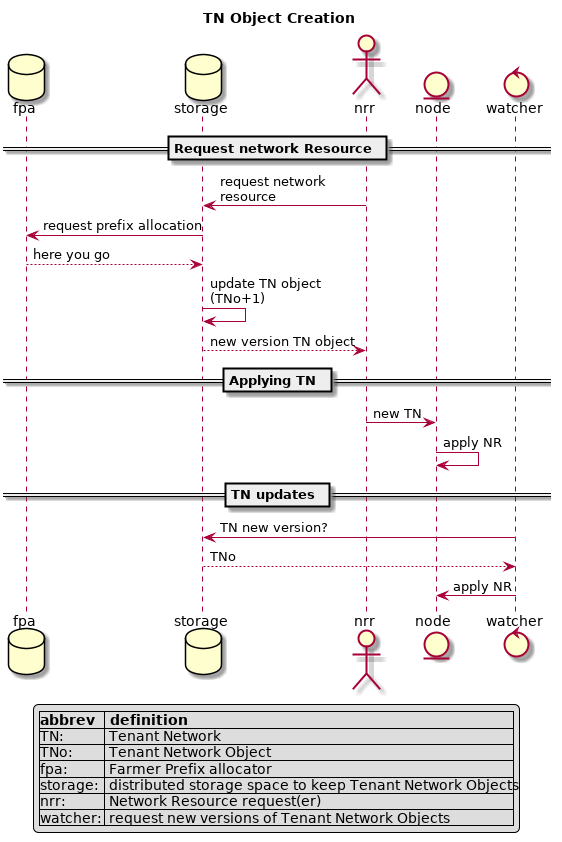
This is specs/network/TN_Obj_creation_update.png from threefoldtech/zos, a PlantUML export, as it was before one commit. The source it was exported from:
```plantuml
@startuml
title TN Object Creation
database fpa
database storage
actor nrr
entity node
control watcher

== Request network Resource ==
nrr -> storage : request network\nresource
storage -> fpa : request prefix allocation
fpa --> storage : here you go
storage->storage :update TN object\n(TNo+1)
storage --> nrr : new version TN object
== Applying TN ==
nrr -> node : new TN
node <- node : apply NR
== TN updates ==
watcher -> storage : TN new version?
watcher <-- storage : TNo
watcher -> node : apply NR


legend
|=abbrev  | definition   |
|TN:      | Tenant Network|
|TNo:     | Tenant Network Object |
|fpa:     | Farmer Prefix allocator|
|storage: | distributed storage space to keep Tenant Network Objects|
|nrr:     | Network Resource request(er)|
|watcher: | request new versions of Tenant Network Objects|
endlegend
@enduml
```
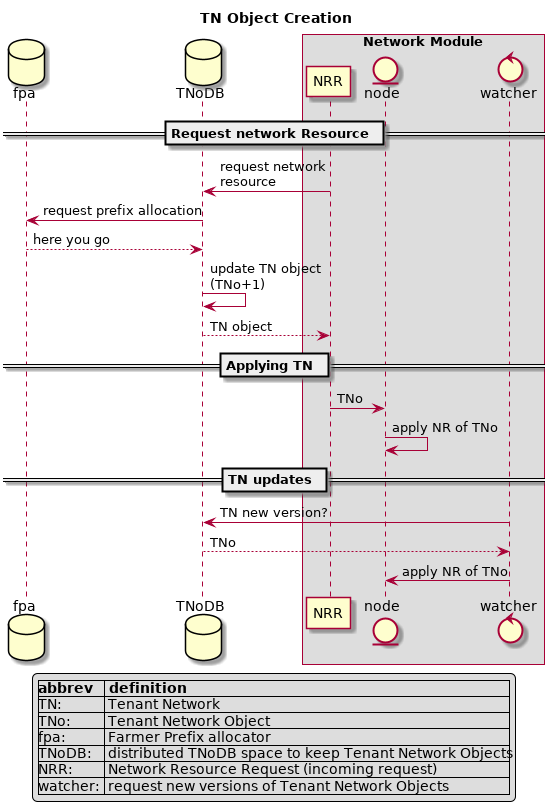
Above is the later version.

Commit message:
rename storage -> TNoDB NRR still needs naming love

Change to the diagram source:
```diff
@@ -1,24 +1,26 @@
 @startuml
 title TN Object Creation
 database fpa
-database storage
-actor nrr
+database TNoDB
+box Network Module
+participant NRR
 entity node
 control watcher
+endbox
 
 == Request network Resource ==
-nrr -> storage : request network\nresource
-storage -> fpa : request prefix allocation
-fpa --> storage : here you go
-storage->storage :update TN object\n(TNo+1)
-storage --> nrr : new version TN object
+NRR -> TNoDB : request network\nresource
+TNoDB -> fpa : request prefix allocation
+fpa --> TNoDB : here you go
+TNoDB->TNoDB :update TN object\n(TNo+1)
+TNoDB --> NRR : TN object
 == Applying TN ==
-nrr -> node : new TN
-node <- node : apply NR
+NRR -> node : TNo
+node <- node : apply NR of TNo
 == TN updates ==
-watcher -> storage : TN new version?
-watcher <-- storage : TNo
-watcher -> node : apply NR
+watcher -> TNoDB : TN new version?
+watcher <-- TNoDB : TNo
+watcher -> node : apply NR of TNo
 
 
 legend
@@ -26,8 +28,8 @@
 |TN:      | Tenant Network|
 |TNo:     | Tenant Network Object |
 |fpa:     | Farmer Prefix allocator|
-|storage: | distributed storage space to keep Tenant Network Objects|
-|nrr:     | Network Resource request(er)|
+|TNoDB:   | distributed TNoDB space to keep Tenant Network Objects|
+|NRR:     | Network Resource Request (incoming request)|
 |watcher: | request new versions of Tenant Network Objects|
 endlegend
 @enduml
```
